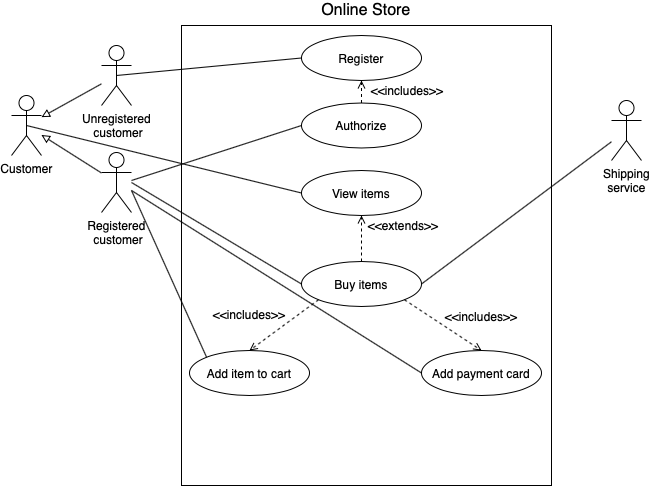
This is lesson14/src/main/java/task2/Use Case Diagram.png from Muniriy/stc31, a draw.io export, as it was before one commit. Source tidied: cells renumbered, new cells last; positions are measured from the earlier drawing's top-left corner, leaving out a move shared by most shapes. Source of this version:
```xml
<mxGraphModel>
  <root>
    <mxCell id="0" />
    <mxCell id="1" parent="0" />
    <mxCell id="2" value="Customer" style="shape=umlActor;verticalLabelPosition=bottom;verticalAlign=top;html=1;outlineConnect=0;" parent="1" vertex="1">
      <mxGeometry y="95" width="30" height="60" as="geometry" />
    </mxCell>
    <mxCell id="3" value="Unregistered&lt;br&gt;&amp;nbsp;customer" style="shape=umlActor;verticalLabelPosition=bottom;verticalAlign=top;html=1;outlineConnect=0;" parent="1" vertex="1">
      <mxGeometry x="90" y="45" width="30" height="60" as="geometry" />
    </mxCell>
    <mxCell id="4" value="Registered&lt;br&gt;&amp;nbsp;customer" style="shape=umlActor;verticalLabelPosition=bottom;verticalAlign=top;html=1;outlineConnect=0;" parent="1" vertex="1">
      <mxGeometry x="90" y="152" width="30" height="60" as="geometry" />
    </mxCell>
    <mxCell id="5" style="endArrow=block;html=1;endFill=0;" parent="1" edge="1" source="4" target="2">
      <mxGeometry relative="1" as="geometry" />
    </mxCell>
    <mxCell id="6" style="endArrow=block;html=1;endFill=0;" parent="1" edge="1" source="3" target="2">
      <mxGeometry relative="1" as="geometry" />
    </mxCell>
    <mxCell id="7" style="rounded=0;whiteSpace=wrap;html=1;" parent="1" vertex="1">
      <mxGeometry x="170" y="25" width="370" height="460" as="geometry" />
    </mxCell>
    <mxCell id="8" value="&lt;font style=&quot;font-size: 16px&quot;&gt;Online Store&lt;/font&gt;" style="text;html=1;strokeColor=none;fillColor=none;align=center;verticalAlign=middle;whiteSpace=wrap;rounded=0;" parent="1" vertex="1">
      <mxGeometry x="298" width="114" height="20" as="geometry" />
    </mxCell>
    <mxCell id="9" value="Register" style="ellipse;whiteSpace=wrap;html=1;" parent="1" vertex="1">
      <mxGeometry x="290" y="35" width="120" height="45" as="geometry" />
    </mxCell>
    <mxCell id="10" value="Authorize" style="ellipse;whiteSpace=wrap;html=1;" parent="1" vertex="1">
      <mxGeometry x="290" y="102.5" width="120" height="45" as="geometry" />
    </mxCell>
    <mxCell id="11" value="View items" style="ellipse;whiteSpace=wrap;html=1;" parent="1" vertex="1">
      <mxGeometry x="290" y="170" width="120" height="45" as="geometry" />
    </mxCell>
    <mxCell id="12" value="Buy items" style="ellipse;whiteSpace=wrap;html=1;" parent="1" vertex="1">
      <mxGeometry x="290" y="261" width="120" height="45" as="geometry" />
    </mxCell>
    <mxCell id="13" value="Add payment card" style="ellipse;whiteSpace=wrap;html=1;" parent="1" vertex="1">
      <mxGeometry x="410" y="350" width="120" height="45" as="geometry" />
    </mxCell>
    <mxCell id="14" value="Add item to cart" style="ellipse;whiteSpace=wrap;html=1;" parent="1" vertex="1">
      <mxGeometry x="178" y="350" width="120" height="45" as="geometry" />
    </mxCell>
    <mxCell id="15" style="endArrow=none;html=1;exitX=0.5;exitY=0.5;exitDx=0;exitDy=0;exitPerimeter=0;entryX=0;entryY=0.5;entryDx=0;entryDy=0;" parent="1" edge="1" source="3" target="9">
      <mxGeometry relative="1" as="geometry" />
    </mxCell>
    <mxCell id="16" style="endArrow=open;html=1;entryX=0.5;entryY=1;entryDx=0;entryDy=0;exitX=0.5;exitY=0;exitDx=0;exitDy=0;endFill=0;dashed=1;" parent="1" edge="1" source="10" target="9">
      <mxGeometry relative="1" as="geometry" />
    </mxCell>
    <mxCell id="17" style="endArrow=open;html=1;entryX=0.5;entryY=0;entryDx=0;entryDy=0;exitX=1;exitY=1;exitDx=0;exitDy=0;endFill=0;dashed=1;" parent="1" edge="1" source="12" target="13">
      <mxGeometry relative="1" as="geometry" />
    </mxCell>
    <mxCell id="18" style="endArrow=open;html=1;exitX=0.5;exitY=0;exitDx=0;exitDy=0;endFill=0;dashed=1;entryX=0.5;entryY=1;entryDx=0;entryDy=0;" parent="1" edge="1" source="12" target="11">
      <mxGeometry relative="1" as="geometry" />
    </mxCell>
    <mxCell id="19" value="&amp;lt;&amp;lt;extends&amp;gt;&amp;gt;" style="text;html=1;strokeColor=none;fillColor=none;align=center;verticalAlign=middle;whiteSpace=wrap;rounded=0;" parent="1" vertex="1">
      <mxGeometry x="372" y="215" width="40" height="20" as="geometry" />
    </mxCell>
    <mxCell id="20" value="&amp;lt;&amp;lt;includes&amp;gt;&amp;gt;" style="text;html=1;strokeColor=none;fillColor=none;align=center;verticalAlign=middle;whiteSpace=wrap;rounded=0;" parent="1" vertex="1">
      <mxGeometry x="450" y="306" width="40" height="20" as="geometry" />
    </mxCell>
    <mxCell id="21" value="&amp;lt;&amp;lt;includes&amp;gt;&amp;gt;" style="text;html=1;strokeColor=none;fillColor=none;align=center;verticalAlign=middle;whiteSpace=wrap;rounded=0;" parent="1" vertex="1">
      <mxGeometry x="376" y="80" width="40" height="20" as="geometry" />
    </mxCell>
    <mxCell id="22" style="endArrow=open;html=1;exitX=0;exitY=1;exitDx=0;exitDy=0;endFill=0;dashed=1;entryX=0.5;entryY=0;entryDx=0;entryDy=0;" parent="1" edge="1" source="12" target="14">
      <mxGeometry relative="1" as="geometry" />
    </mxCell>
    <mxCell id="23" value="&amp;lt;&amp;lt;includes&amp;gt;&amp;gt;" style="text;html=1;strokeColor=none;fillColor=none;align=center;verticalAlign=middle;whiteSpace=wrap;rounded=0;" parent="1" vertex="1">
      <mxGeometry x="218" y="304" width="40" height="20" as="geometry" />
    </mxCell>
    <mxCell id="24" style="endArrow=none;html=1;entryX=0;entryY=0.5;entryDx=0;entryDy=0;exitX=0.5;exitY=0.5;exitDx=0;exitDy=0;exitPerimeter=0;" parent="1" edge="1" source="2" target="11">
      <mxGeometry relative="1" as="geometry" />
    </mxCell>
    <mxCell id="25" style="endArrow=none;html=1;entryX=0;entryY=0.5;entryDx=0;entryDy=0;" parent="1" edge="1" target="12">
      <mxGeometry relative="1" as="geometry">
        <mxPoint x="120" y="182" as="sourcePoint" />
      </mxGeometry>
    </mxCell>
    <mxCell id="26" style="endArrow=none;html=1;entryX=0;entryY=0;entryDx=0;entryDy=0;" parent="1" edge="1" target="14">
      <mxGeometry relative="1" as="geometry">
        <mxPoint x="120" y="190" as="sourcePoint" />
      </mxGeometry>
    </mxCell>
    <mxCell id="27" style="endArrow=none;html=1;entryX=0;entryY=0.5;entryDx=0;entryDy=0;" parent="1" edge="1" target="10">
      <mxGeometry relative="1" as="geometry">
        <mxPoint x="120" y="180" as="sourcePoint" />
      </mxGeometry>
    </mxCell>
    <mxCell id="28" style="endArrow=none;html=1;entryX=0;entryY=0.5;entryDx=0;entryDy=0;" parent="1" edge="1" target="13">
      <mxGeometry relative="1" as="geometry">
        <mxPoint x="120" y="190" as="sourcePoint" />
      </mxGeometry>
    </mxCell>
    <mxCell id="29" value="Shipping&lt;br&gt;service" style="shape=umlActor;verticalLabelPosition=bottom;verticalAlign=top;html=1;outlineConnect=0;" parent="1" vertex="1">
      <mxGeometry x="600" y="100" width="30" height="60" as="geometry" />
    </mxCell>
    <mxCell id="30" style="endArrow=none;html=1;exitX=1;exitY=0.5;exitDx=0;exitDy=0;" parent="1" edge="1" source="12" target="29">
      <mxGeometry relative="1" as="geometry" />
    </mxCell>
  </root>
</mxGraphModel>
```
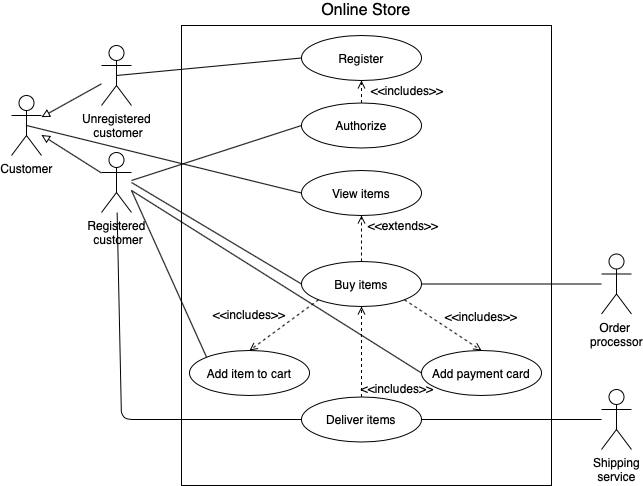
The same diagram one commit later.

Commit message:
Homework 14 is updated. Activity diagram was added, Use case diagram was updated

The edit, as a diff of the source:
```diff
@@ -1,4 +1,4 @@
-<mxGraphModel>
+<mxGraphModel background="#ffffff">
   <root>
     <mxCell id="0" />
     <mxCell id="1" parent="0" />
@@ -71,31 +71,53 @@
     <mxCell id="24" style="endArrow=none;html=1;entryX=0;entryY=0.5;entryDx=0;entryDy=0;exitX=0.5;exitY=0.5;exitDx=0;exitDy=0;exitPerimeter=0;" parent="1" edge="1" source="2" target="11">
       <mxGeometry relative="1" as="geometry" />
     </mxCell>
-    <mxCell id="25" style="endArrow=none;html=1;entryX=0;entryY=0.5;entryDx=0;entryDy=0;" parent="1" edge="1" target="12">
-      <mxGeometry relative="1" as="geometry">
-        <mxPoint x="120" y="182" as="sourcePoint" />
-      </mxGeometry>
-    </mxCell>
-    <mxCell id="26" style="endArrow=none;html=1;entryX=0;entryY=0;entryDx=0;entryDy=0;" parent="1" edge="1" target="14">
-      <mxGeometry relative="1" as="geometry">
-        <mxPoint x="120" y="190" as="sourcePoint" />
-      </mxGeometry>
-    </mxCell>
-    <mxCell id="27" style="endArrow=none;html=1;entryX=0;entryY=0.5;entryDx=0;entryDy=0;" parent="1" edge="1" target="10">
-      <mxGeometry relative="1" as="geometry">
-        <mxPoint x="120" y="180" as="sourcePoint" />
-      </mxGeometry>
-    </mxCell>
-    <mxCell id="28" style="endArrow=none;html=1;entryX=0;entryY=0.5;entryDx=0;entryDy=0;" parent="1" edge="1" target="13">
-      <mxGeometry relative="1" as="geometry">
-        <mxPoint x="120" y="190" as="sourcePoint" />
-      </mxGeometry>
-    </mxCell>
+    <mxCell id="31" style="endArrow=none;html=1;entryX=0;entryY=0.5;entryDx=0;entryDy=0;" parent="1" edge="1" target="12">
+      <mxGeometry relative="1" as="geometry">
+        <mxPoint x="120" y="182" as="sourcePoint" />
+      </mxGeometry>
+    </mxCell>
+    <mxCell id="32" style="endArrow=none;html=1;entryX=0;entryY=0;entryDx=0;entryDy=0;" parent="1" edge="1" target="14">
+      <mxGeometry relative="1" as="geometry">
+        <mxPoint x="120" y="190" as="sourcePoint" />
+      </mxGeometry>
+    </mxCell>
+    <mxCell id="33" style="endArrow=none;html=1;entryX=0;entryY=0.5;entryDx=0;entryDy=0;" parent="1" edge="1" target="10">
+      <mxGeometry relative="1" as="geometry">
+        <mxPoint x="120" y="180" as="sourcePoint" />
+      </mxGeometry>
+    </mxCell>
+    <mxCell id="34" style="endArrow=none;html=1;entryX=0;entryY=0.5;entryDx=0;entryDy=0;" parent="1" edge="1" target="13">
+      <mxGeometry relative="1" as="geometry">
+        <mxPoint x="120" y="190" as="sourcePoint" />
+      </mxGeometry>
+    </mxCell>
+    <mxCell id="35" value="Order &lt;br&gt;processor" style="shape=umlActor;verticalLabelPosition=bottom;verticalAlign=top;html=1;outlineConnect=0;" parent="1" vertex="1">
+      <mxGeometry x="590" y="253.5" width="30" height="60" as="geometry" />
+    </mxCell>
+    <mxCell id="36" style="endArrow=none;html=1;exitX=1;exitY=0.5;exitDx=0;exitDy=0;" parent="1" edge="1" source="12" target="35">
+      <mxGeometry relative="1" as="geometry" />
+    </mxCell>
     <mxCell id="29" value="Shipping&lt;br&gt;service" style="shape=umlActor;verticalLabelPosition=bottom;verticalAlign=top;html=1;outlineConnect=0;" parent="1" vertex="1">
-      <mxGeometry x="600" y="100" width="30" height="60" as="geometry" />
+      <mxGeometry x="590" y="389" width="30" height="60" as="geometry" />
     </mxCell>
-    <mxCell id="30" style="endArrow=none;html=1;exitX=1;exitY=0.5;exitDx=0;exitDy=0;" parent="1" edge="1" source="12" target="29">
-      <mxGeometry relative="1" as="geometry" />
-    </mxCell>
+    <mxCell id="37" value="Deliver items" style="ellipse;whiteSpace=wrap;html=1;" parent="1" vertex="1">
+      <mxGeometry x="290" y="396.5" width="120" height="45" as="geometry" />
+    </mxCell>
+    <mxCell id="38" style="endArrow=none;html=1;exitX=1;exitY=0.5;exitDx=0;exitDy=0;" parent="1" edge="1" source="37" target="29">
+      <mxGeometry relative="1" as="geometry" />
+    </mxCell>
+    <mxCell id="39" style="endArrow=none;html=1;entryX=0;entryY=0.5;entryDx=0;entryDy=0;" parent="1" edge="1" source="4" target="37">
+      <mxGeometry relative="1" as="geometry">
+        <Array as="points">
+          <mxPoint x="110" y="419" />
+        </Array>
+      </mxGeometry>
+    </mxCell>
+    <mxCell id="40" style="endArrow=open;html=1;exitX=0.5;exitY=0;exitDx=0;exitDy=0;endFill=0;dashed=1;entryX=0.5;entryY=1;entryDx=0;entryDy=0;" parent="1" edge="1" source="37" target="12">
+      <mxGeometry relative="1" as="geometry" />
+    </mxCell>
+    <mxCell id="41" value="&amp;lt;&amp;lt;includes&amp;gt;&amp;gt;" style="text;html=1;strokeColor=none;fillColor=none;align=center;verticalAlign=middle;whiteSpace=wrap;rounded=0;" parent="1" vertex="1">
+      <mxGeometry x="366" y="377.5" width="40" height="20" as="geometry" />
+    </mxCell>
   </root>
 </mxGraphModel>
```
